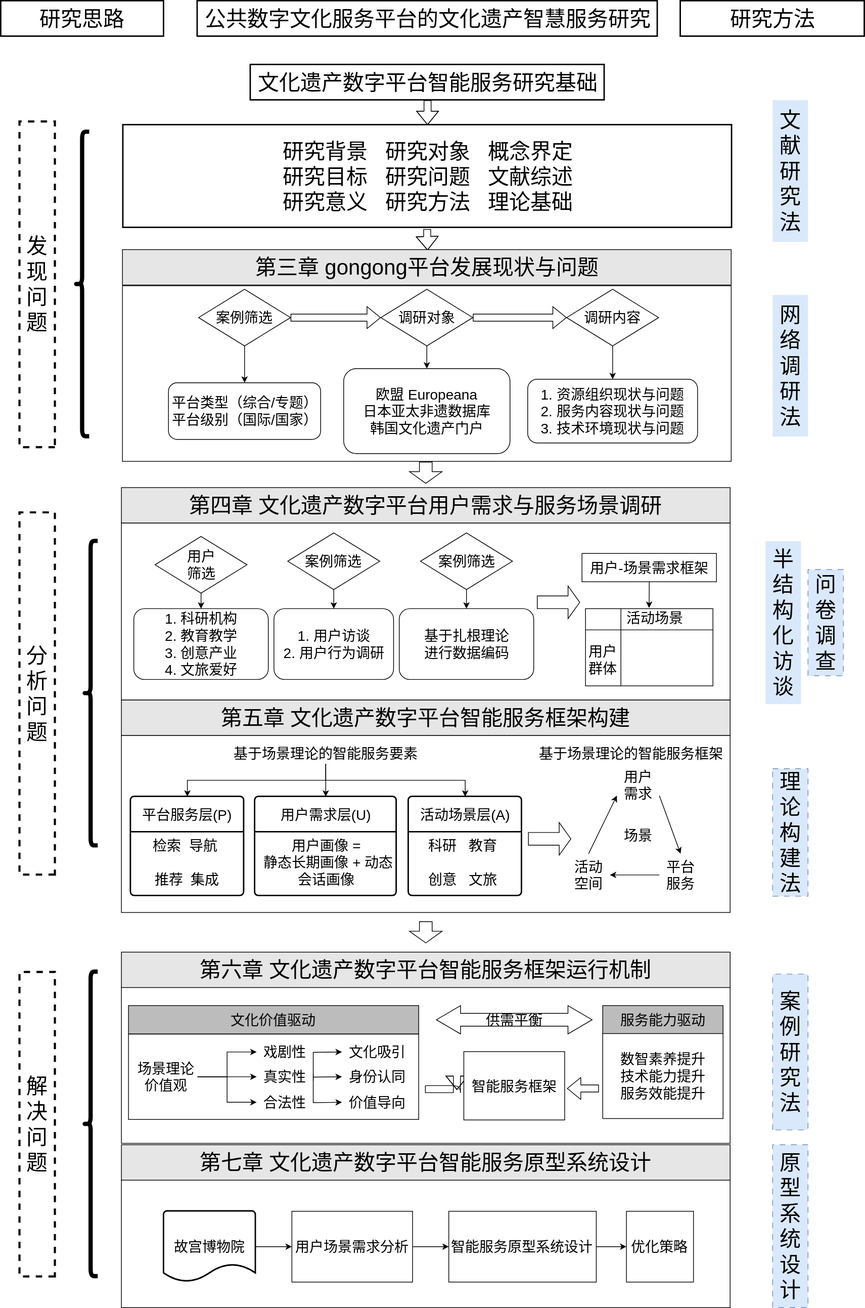
Utah-wu/draw.io keeps this draw.io diagram as 开题结构图.drawio.svg. Above is the earlier version. Source tidied: cells renumbered, new cells last; positions are measured from the earlier drawing's top-left corner, leaving out a move shared by most shapes.
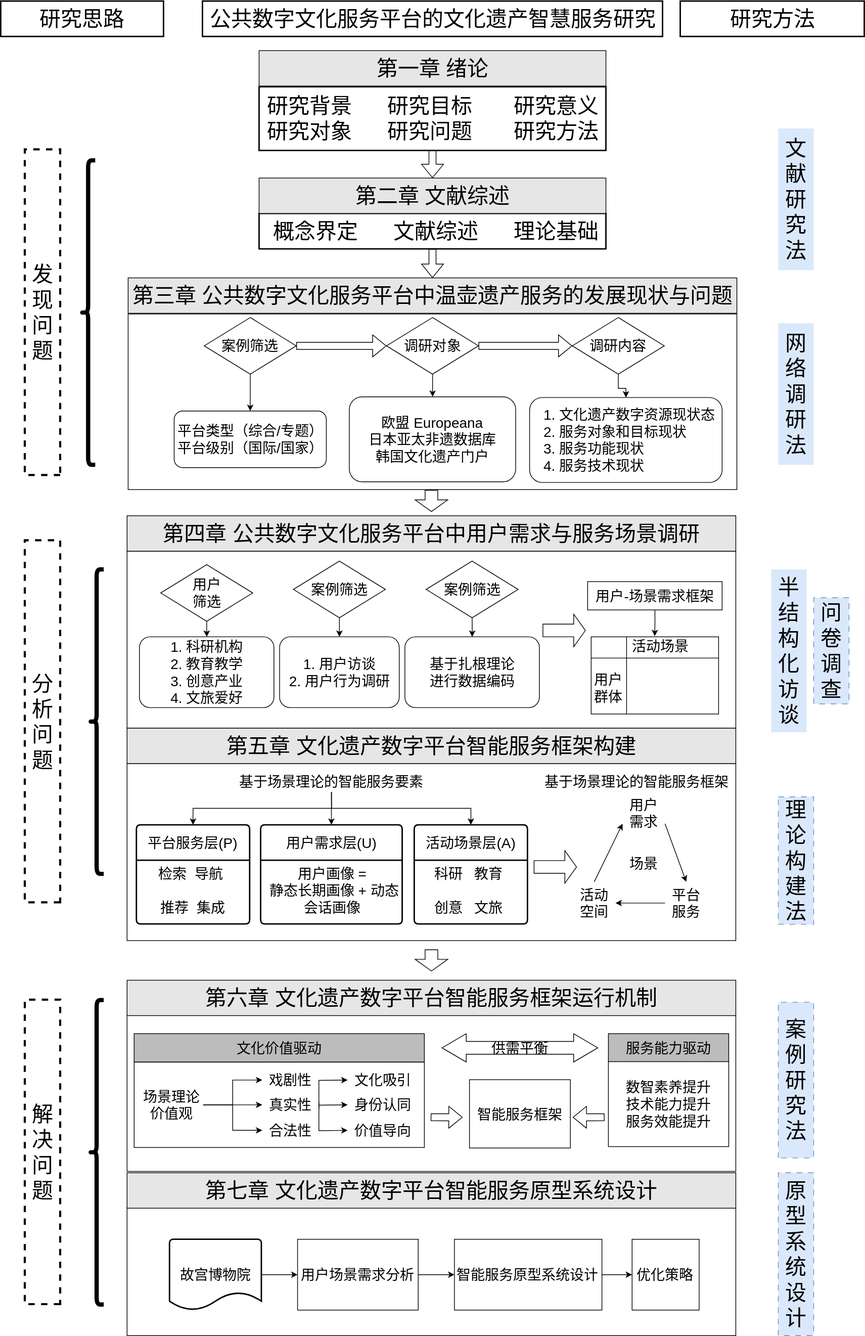
Above is the later version.

Commit message:
更新开题结构图.drawio.svg

Change to the diagram source:
```diff
@@ -18,13 +18,13 @@
       <mxGeometry x="171.5" y="402" width="860" height="248" as="geometry" />
     </mxCell>
     <mxCell id="7" value="研究思路" style="rounded=0;whiteSpace=wrap;html=1;fontSize=30;strokeWidth=2;" parent="1" vertex="1">
-      <mxGeometry width="230" height="50" as="geometry" />
+      <mxGeometry x="-8.5" y="-40" width="230" height="50" as="geometry" />
     </mxCell>
     <mxCell id="8" value="研究方法" style="rounded=0;whiteSpace=wrap;html=1;fontSize=30;strokeWidth=2;" parent="1" vertex="1">
-      <mxGeometry x="960" width="260" height="50" as="geometry" />
+      <mxGeometry x="951.5" y="-40" width="260" height="50" as="geometry" />
     </mxCell>
     <mxCell id="9" value="公共数字文化服务平台的文化遗产智慧服务研究" style="rounded=0;html=1;fontSize=30;strokeWidth=2;labelBorderColor=none;textShadow=0;" parent="1" vertex="1">
-      <mxGeometry x="277.5" width="650" height="50" as="geometry" />
+      <mxGeometry x="276.5" y="-40" width="650" height="50" as="geometry" />
     </mxCell>
     <mxCell id="10" value="发现问题" style="rounded=0;whiteSpace=wrap;html=1;labelBorderColor=none;fontSize=30;labelPosition=center;verticalLabelPosition=middle;align=center;verticalAlign=middle;horizontal=1;spacing=2;spacingBottom=0;direction=west;flipV=0;dashed=1;strokeWidth=3;" parent="1" vertex="1">
       <mxGeometry x="26" y="170" width="50" height="460" as="geometry" />
@@ -56,24 +56,14 @@
     <mxCell id="19" value="原型系统设计" style="rounded=0;whiteSpace=wrap;html=1;labelBorderColor=none;fontSize=30;labelPosition=center;verticalLabelPosition=middle;align=center;verticalAlign=middle;horizontal=1;spacing=2;spacingBottom=0;direction=north;flipV=0;dashed=1;dashPattern=8 8;strokeColor=#6c8ebf;fillColor=#dae8fc;" parent="1" vertex="1">
       <mxGeometry x="1090" y="1615" width="50" height="230" as="geometry" />
     </mxCell>
-    <mxCell id="20" style="edgeStyle=orthogonalEdgeStyle;rounded=0;jettySize=auto;html=1;shape=flexArrow;" parent="1" edge="1" source="21" target="23">
+    <mxCell id="20" style="edgeStyle=orthogonalEdgeStyle;rounded=0;orthogonalLoop=1;jettySize=auto;html=1;shape=flexArrow;exitX=0.5;exitY=1;exitDx=0;exitDy=0;" parent="1" edge="1" source="23" target="23">
       <mxGeometry relative="1" as="geometry" />
     </mxCell>
-    <mxCell id="21" value="文化遗产数字平台智能服务研究基础" style="rounded=0;html=1;fontSize=30;strokeWidth=2;labelBorderColor=none;textShadow=0;" parent="1" vertex="1">
-      <mxGeometry x="352.5" y="90" width="500" height="50" as="geometry" />
-    </mxCell>
-    <mxCell id="22" style="edgeStyle=orthogonalEdgeStyle;rounded=0;orthogonalLoop=1;jettySize=auto;html=1;shape=flexArrow;" parent="1" edge="1">
-      <mxGeometry relative="1" as="geometry">
-        <mxPoint x="602" y="322" as="sourcePoint" />
-        <mxPoint x="602.5" y="352" as="targetPoint" />
-        <Array as="points">
-          <mxPoint x="602" y="332" />
-          <mxPoint x="602" y="332" />
-        </Array>
-      </mxGeometry>
-    </mxCell>
+    <mxCell id="110" style="edgeStyle=none;curved=1;rounded=0;jettySize=auto;html=1;fontSize=12;shape=flexArrow;" parent="1" edge="1" source="23" target="114">
+      <mxGeometry relative="1" as="geometry" />
+    </mxCell>
-    <mxCell id="23" value="研究背景&amp;nbsp; &amp;nbsp;研究对象&amp;nbsp; &amp;nbsp;概念界定&lt;div&gt;研究目标&amp;nbsp; &amp;nbsp;研究问题&amp;nbsp; &amp;nbsp;文献综述&lt;/div&gt;&lt;div&gt;研究意义&amp;nbsp; &amp;nbsp;研究方法&amp;nbsp; &amp;nbsp;理论基础&lt;/div&gt;" style="rounded=0;html=1;fontSize=30;strokeWidth=2;labelBorderColor=none;textShadow=0;" parent="1" vertex="1">
-      <mxGeometry x="172.5" y="175" width="860" height="145" as="geometry" />
+    <mxCell id="23" value="&lt;div&gt;研究背景&amp;nbsp; &amp;nbsp; &amp;nbsp; 研究目标&amp;nbsp; &amp;nbsp; &amp;nbsp; &amp;nbsp;研究意义&lt;/div&gt;&lt;div&gt;研究对象&amp;nbsp; &amp;nbsp; &amp;nbsp; 研究问题&amp;nbsp; &amp;nbsp; &amp;nbsp; &amp;nbsp;研究方法&lt;/div&gt;" style="rounded=0;html=1;fontSize=30;strokeWidth=2;labelBorderColor=none;textShadow=0;" parent="1" vertex="1">
+      <mxGeometry x="356.5" y="81" width="490" height="90" as="geometry" />
     </mxCell>
     <mxCell id="24" style="edgeStyle=orthogonalEdgeStyle;rounded=0;jettySize=auto;html=1;shape=flexArrow;" parent="1" edge="1" source="26" target="70">
       <mxGeometry relative="1" as="geometry" />
@@ -96,8 +86,8 @@
     <mxCell id="30" value="&lt;div style=&quot;&quot;&gt;&lt;span style=&quot;background-color: transparent; color: light-dark(rgb(0, 0, 0), rgb(255, 255, 255));&quot;&gt;欧盟 Europeana&lt;/span&gt;&lt;/div&gt;&lt;div&gt;&lt;div&gt;日本亚太非遗数据库&lt;/div&gt;&lt;/div&gt;&lt;div&gt;韩国文化遗产门户&lt;/div&gt;" style="rounded=1;whiteSpace=wrap;html=1;fontSize=20;align=center;" parent="1" vertex="1">
       <mxGeometry x="484" y="519" width="235" height="120" as="geometry" />
     </mxCell>
-    <mxCell id="31" value="1. 资源组织现状与问题&lt;div&gt;2. 服务内容现状与问题&lt;/div&gt;&lt;div&gt;3. 技术环境现状与问题&lt;/div&gt;" style="rounded=1;whiteSpace=wrap;html=1;fontSize=20;" parent="1" vertex="1">
-      <mxGeometry x="744" y="534" width="240" height="90" as="geometry" />
+    <mxCell id="31" value="&lt;ol&gt;&lt;li&gt;文化遗产数字资源现状态&lt;/li&gt;&lt;li style=&quot;&quot;&gt;服务对象和目标现状&lt;/li&gt;&lt;li&gt;服务功能现状&lt;/li&gt;&lt;li&gt;服务技术现状&lt;/li&gt;&lt;/ol&gt;" style="rounded=1;whiteSpace=wrap;html=1;fontSize=20;align=left;" parent="1" vertex="1">
+      <mxGeometry x="738.7" y="520" width="272" height="120" as="geometry" />
     </mxCell>
     <mxCell id="32" style="edgeStyle=orthogonalEdgeStyle;rounded=0;jettySize=auto;html=1;" parent="1" edge="1" target="34">
       <mxGeometry relative="1" as="geometry">
@@ -338,10 +328,10 @@
     <mxCell id="102" value="&lt;span style=&quot;font-size: 30px;&quot;&gt;第五章 文化遗产数字平台智能服务框架构建&lt;/span&gt;" style="rounded=0;whiteSpace=wrap;html=1;fillColor=#E6E6E6;" parent="1" vertex="1">
       <mxGeometry x="170" y="987" width="860" height="50" as="geometry" />
     </mxCell>
-    <mxCell id="103" value="&lt;span style=&quot;font-size: 30px;&quot;&gt;第四章 文化遗产数字平台用户需求与服务场景调研&lt;/span&gt;" style="rounded=0;whiteSpace=wrap;html=1;fillColor=#E6E6E6;" parent="1" vertex="1">
+    <mxCell id="103" value="&lt;span style=&quot;font-size: 30px;&quot;&gt;第四章&amp;nbsp;&lt;/span&gt;&lt;span style=&quot;font-size: 30px; text-wrap: nowrap;&quot;&gt;公共数字文化服务平台中&lt;/span&gt;&lt;span style=&quot;font-size: 30px;&quot;&gt;用户需求与服务场景调研&lt;/span&gt;" style="rounded=0;whiteSpace=wrap;html=1;fillColor=#E6E6E6;" parent="1" vertex="1">
       <mxGeometry x="170" y="687" width="860" height="50" as="geometry" />
     </mxCell>
-    <mxCell id="104" value="&lt;span style=&quot;font-size: 30px; text-wrap: nowrap;&quot;&gt;第三章 gongong平台发展现状与问题&lt;/span&gt;" style="rounded=0;whiteSpace=wrap;html=1;fillColor=#E6E6E6;" parent="1" vertex="1">
+    <mxCell id="104" value="&lt;span style=&quot;font-size: 30px; text-wrap: nowrap;&quot;&gt;第三章&amp;nbsp;&lt;/span&gt;&lt;span style=&quot;font-size: 30px; text-wrap: nowrap;&quot;&gt;公共数字文化服务平台中温壶遗产服务的&lt;/span&gt;&lt;span style=&quot;font-size: 30px; text-wrap: nowrap;&quot;&gt;发展现状与问题&lt;/span&gt;" style="rounded=0;whiteSpace=wrap;html=1;fillColor=#E6E6E6;" parent="1" vertex="1">
       <mxGeometry x="171.5" y="351" width="860" height="50" as="geometry" />
     </mxCell>
     <mxCell id="105" style="shape=curlyBracket;whiteSpace=wrap;html=1;rounded=1;labelPosition=left;verticalLabelPosition=middle;align=right;verticalAlign=middle;strokeWidth=6;" parent="1" vertex="1">
@@ -359,5 +349,17 @@
     <mxCell id="109" value="基于场景理论的智能服务框架" style="text;html=1;whiteSpace=wrap;strokeColor=none;fillColor=none;align=center;verticalAlign=middle;rounded=0;fontSize=20;" parent="1" vertex="1">
       <mxGeometry x="659.5" y="1047" width="460" height="30" as="geometry" />
     </mxCell>
+    <mxCell id="111" style="edgeStyle=none;curved=1;rounded=0;jettySize=auto;html=1;fontSize=12;shape=flexArrow;" parent="1" edge="1" source="112" target="104">
+      <mxGeometry relative="1" as="geometry" />
+    </mxCell>
+    <mxCell id="112" value="&amp;nbsp;概念界定&amp;nbsp; &amp;nbsp; &amp;nbsp;&amp;nbsp;&lt;span style=&quot;background-color: transparent; color: light-dark(rgb(0, 0, 0), rgb(255, 255, 255));&quot;&gt;文献综述&amp;nbsp; &amp;nbsp; &amp;nbsp;&amp;nbsp;&lt;/span&gt;&lt;span style=&quot;background-color: transparent; color: light-dark(rgb(0, 0, 0), rgb(255, 255, 255));&quot;&gt;理论基础&lt;/span&gt;" style="rounded=0;html=1;fontSize=30;strokeWidth=2;labelBorderColor=none;textShadow=0;" parent="1" vertex="1">
+      <mxGeometry x="356.5" y="260" width="490" height="50" as="geometry" />
+    </mxCell>
+    <mxCell id="113" value="&lt;span style=&quot;font-size: 30px; text-wrap: nowrap;&quot;&gt;第一章 绪论&lt;/span&gt;" style="rounded=0;whiteSpace=wrap;html=1;fillColor=#E6E6E6;" parent="1" vertex="1">
+      <mxGeometry x="356.5" y="30" width="490" height="50" as="geometry" />
+    </mxCell>
+    <mxCell id="114" value="&lt;span style=&quot;font-size: 30px; text-wrap: nowrap;&quot;&gt;第二章 文献综述&lt;/span&gt;" style="rounded=0;whiteSpace=wrap;html=1;fillColor=#E6E6E6;" parent="1" vertex="1">
+      <mxGeometry x="356.5" y="210" width="490" height="50" as="geometry" />
+    </mxCell>
   </root>
 </mxGraphModel>
```
